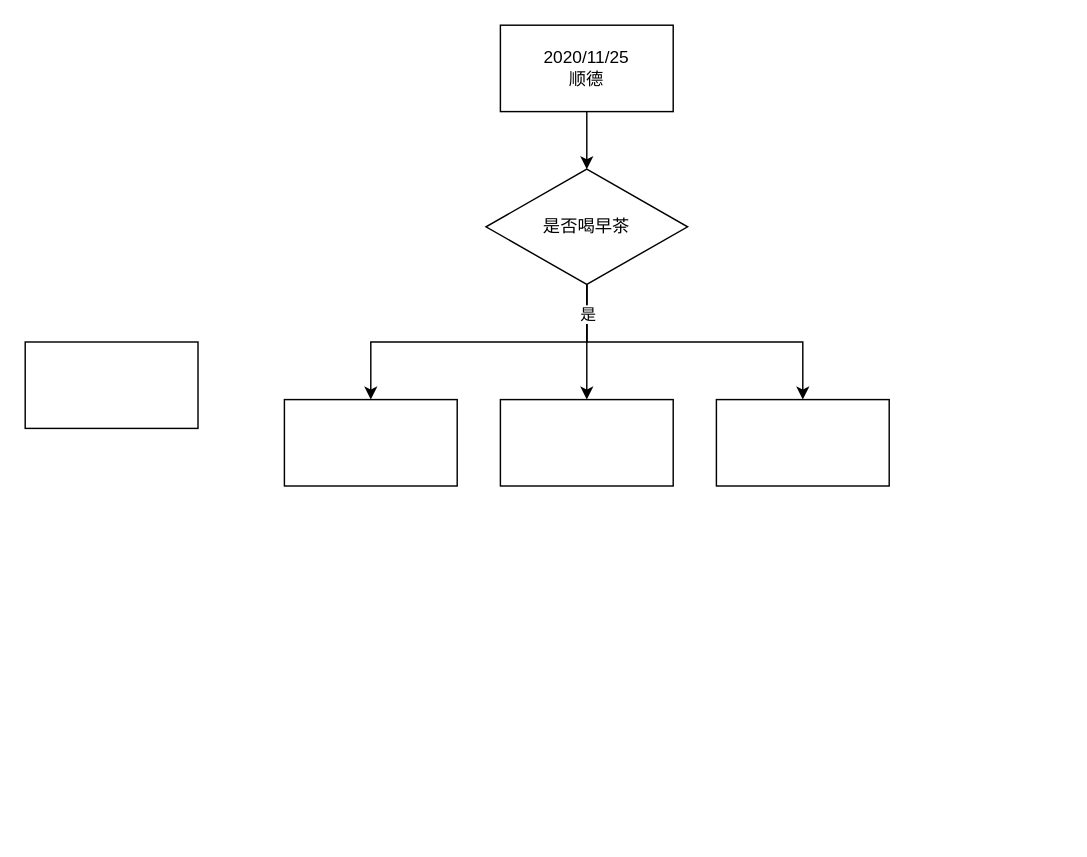
This is 走走停停.drawio from zjtone/RL-Note, a draw.io file, before an edit. Source tidied: cells renumbered, new cells numbered last; positions are measured from the earlier drawing's top-left corner, leaving out a move shared by most shapes. Both pictures are drawn from the tidied source at 144%, with x=0, y=0 at pixel (24, 24).
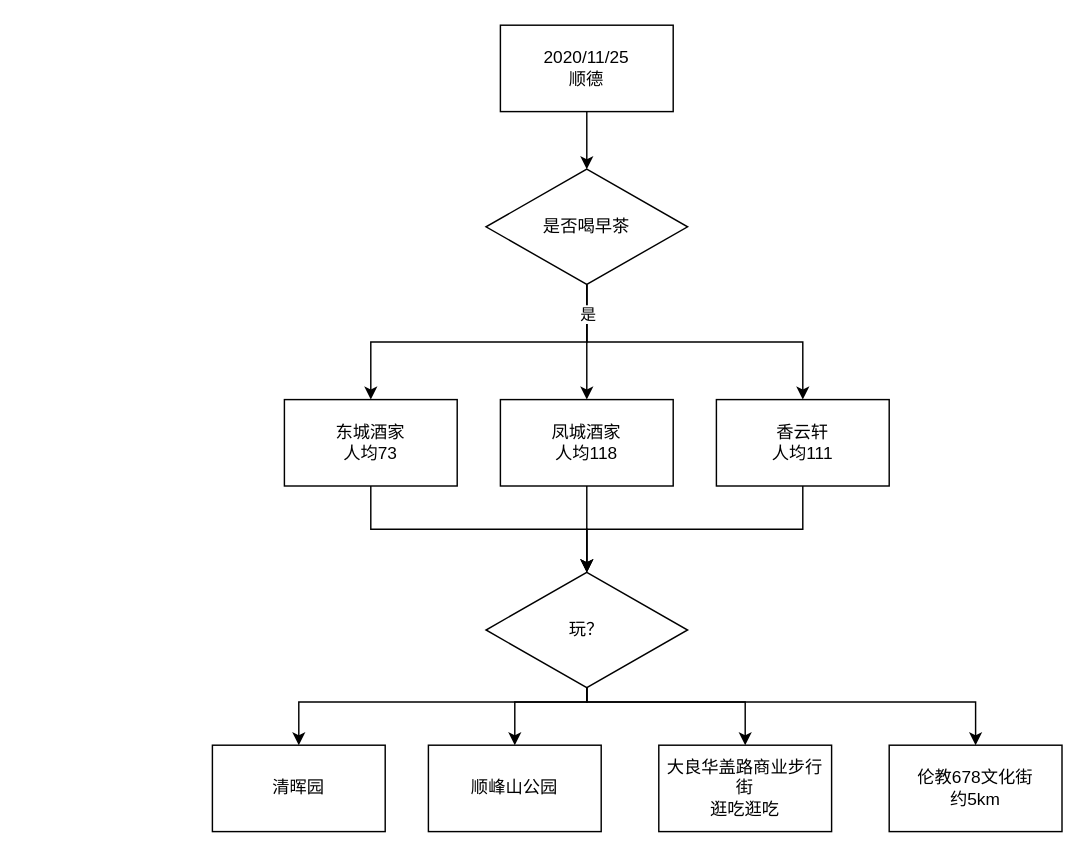
After the change.

What changed in the source:
```diff
@@
+    <mxCell id="13" style="edgeStyle=orthogonalEdgeStyle;rounded=0;jettySize=auto;html=1;entryX=0.5;entryY=0;entryDx=0;entryDy=0;" parent="1" edge="1" source="4" target="20">
+      <mxGeometry relative="1" as="geometry">
+        <Array as="points">
+          <mxPoint x="240" y="350" />
+          <mxPoint x="390" y="350" />
+        </Array>
+      </mxGeometry>
+    </mxCell>
-    <mxCell id="4" style="rounded=0;whiteSpace=wrap;html=1;" parent="1" vertex="1">
+    <mxCell id="4" value="东城酒家&lt;br&gt;人均73" style="rounded=0;whiteSpace=wrap;html=1;" parent="1" vertex="1">
       <mxGeometry x="180" y="260" width="120" height="60" as="geometry" />
     </mxCell>
+    <mxCell id="14" style="edgeStyle=orthogonalEdgeStyle;rounded=0;jettySize=auto;html=1;entryX=0.5;entryY=0;entryDx=0;entryDy=0;" parent="1" edge="1" source="5" target="20">
+      <mxGeometry relative="1" as="geometry" />
+    </mxCell>
-    <mxCell id="5" style="rounded=0;whiteSpace=wrap;html=1;" parent="1" vertex="1">
+    <mxCell id="5" value="凤城酒家&lt;br&gt;人均118" style="rounded=0;whiteSpace=wrap;html=1;" parent="1" vertex="1">
       <mxGeometry x="330" y="260" width="120" height="60" as="geometry" />
     </mxCell>
-    <mxCell id="6" style="rounded=0;whiteSpace=wrap;html=1;" parent="1" vertex="1">
-      <mxGeometry y="220" width="120" height="60" as="geometry" />
-    </mxCell>
@@
+    <mxCell id="15" style="edgeStyle=orthogonalEdgeStyle;rounded=0;jettySize=auto;html=1;entryX=0.5;entryY=0;entryDx=0;entryDy=0;" parent="1" edge="1" source="12" target="20">
+      <mxGeometry relative="1" as="geometry">
+        <Array as="points">
+          <mxPoint x="540" y="350" />
+          <mxPoint x="390" y="350" />
+        </Array>
+      </mxGeometry>
+    </mxCell>
-    <mxCell id="12" style="rounded=0;whiteSpace=wrap;html=1;" parent="1" vertex="1">
+    <mxCell id="12" value="香云轩&lt;br&gt;人均111" style="rounded=0;whiteSpace=wrap;html=1;" parent="1" vertex="1">
       <mxGeometry x="480" y="260" width="120" height="60" as="geometry" />
     </mxCell>
+    <mxCell id="16" style="edgeStyle=orthogonalEdgeStyle;rounded=0;jettySize=auto;html=1;" parent="1" edge="1" source="20" target="22">
+      <mxGeometry relative="1" as="geometry">
+        <Array as="points">
+          <mxPoint x="390" y="470" />
+          <mxPoint x="340" y="470" />
+        </Array>
+      </mxGeometry>
+    </mxCell>
+    <mxCell id="17" style="edgeStyle=orthogonalEdgeStyle;rounded=0;jettySize=auto;html=1;" parent="1" edge="1" source="20" target="23">
+      <mxGeometry relative="1" as="geometry">
+        <Array as="points">
+          <mxPoint x="390" y="470" />
+          <mxPoint x="500" y="470" />
+        </Array>
+      </mxGeometry>
+    </mxCell>
+    <mxCell id="18" style="edgeStyle=orthogonalEdgeStyle;rounded=0;jettySize=auto;html=1;entryX=0.5;entryY=0;entryDx=0;entryDy=0;" parent="1" edge="1" source="20" target="21">
+      <mxGeometry relative="1" as="geometry">
+        <Array as="points">
+          <mxPoint x="390" y="470" />
+          <mxPoint x="190" y="470" />
+        </Array>
+      </mxGeometry>
+    </mxCell>
+    <mxCell id="19" style="edgeStyle=orthogonalEdgeStyle;rounded=0;jettySize=auto;html=1;" parent="1" edge="1" source="20" target="24">
+      <mxGeometry relative="1" as="geometry">
+        <Array as="points">
+          <mxPoint x="390" y="470" />
+          <mxPoint x="660" y="470" />
+        </Array>
+      </mxGeometry>
+    </mxCell>
+    <mxCell id="20" value="玩？" style="rhombus;whiteSpace=wrap;html=1;" parent="1" vertex="1">
+      <mxGeometry x="320" y="380" width="140" height="80" as="geometry" />
+    </mxCell>
+    <mxCell id="21" value="清晖园" style="rounded=0;whiteSpace=wrap;html=1;" parent="1" vertex="1">
+      <mxGeometry x="130" y="500" width="120" height="60" as="geometry" />
+    </mxCell>
+    <mxCell id="22" value="顺峰山公园" style="rounded=0;whiteSpace=wrap;html=1;" parent="1" vertex="1">
+      <mxGeometry x="280" y="500" width="120" height="60" as="geometry" />
+    </mxCell>
+    <mxCell id="23" value="大良华盖路商业步行街&lt;br&gt;逛吃逛吃" style="rounded=0;whiteSpace=wrap;html=1;" parent="1" vertex="1">
+      <mxGeometry x="440" y="500" width="120" height="60" as="geometry" />
+    </mxCell>
+    <mxCell id="24" value="伦教678文化街&lt;br&gt;约5km" style="rounded=0;whiteSpace=wrap;html=1;" parent="1" vertex="1">
+      <mxGeometry x="600" y="500" width="120" height="60" as="geometry" />
+    </mxCell>
```
